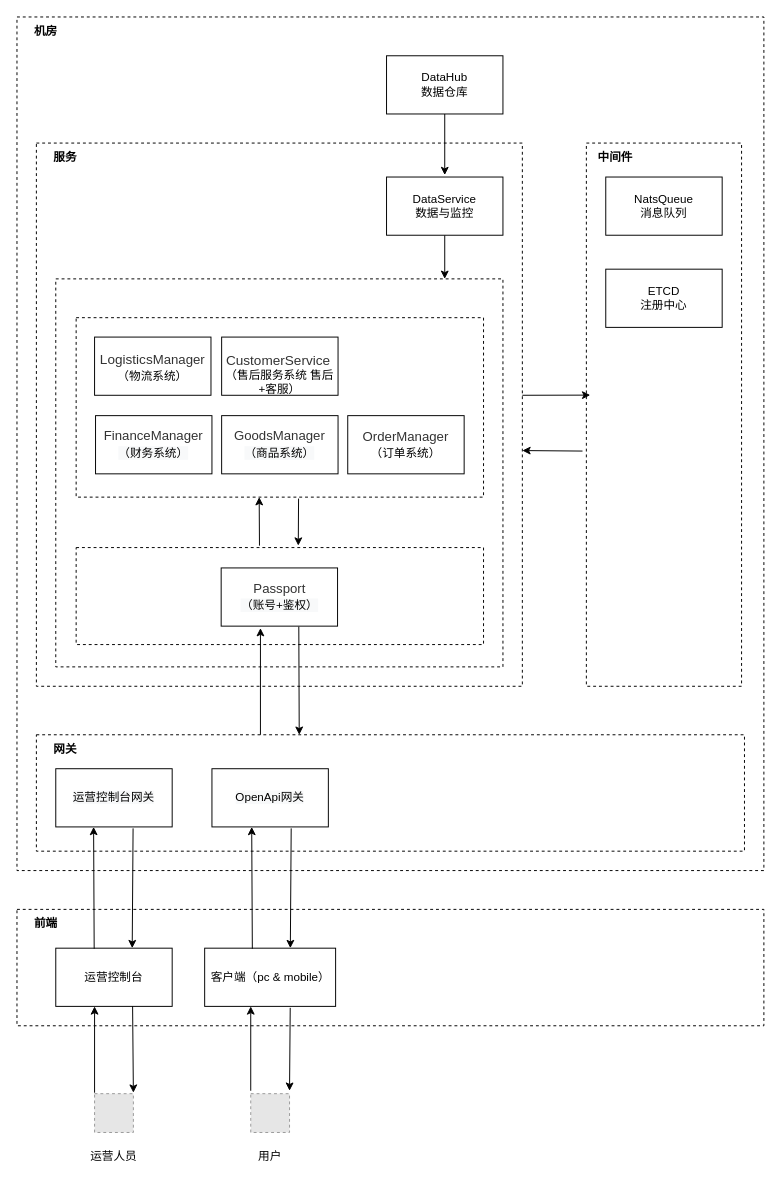
Earlier version of the draw.io diagram saas Diagram.drawio (gaoyong06/saas). Source tidied: cells renumbered, new cells numbered last; positions are measured from the earlier drawing's top-left corner, leaving out a move shared by most shapes. Both pictures are drawn from the tidied source at 97%, with x=0, y=0 at pixel (16, 16). Pictures stored in the file or linked from it are replaced by grey dashed boxes.
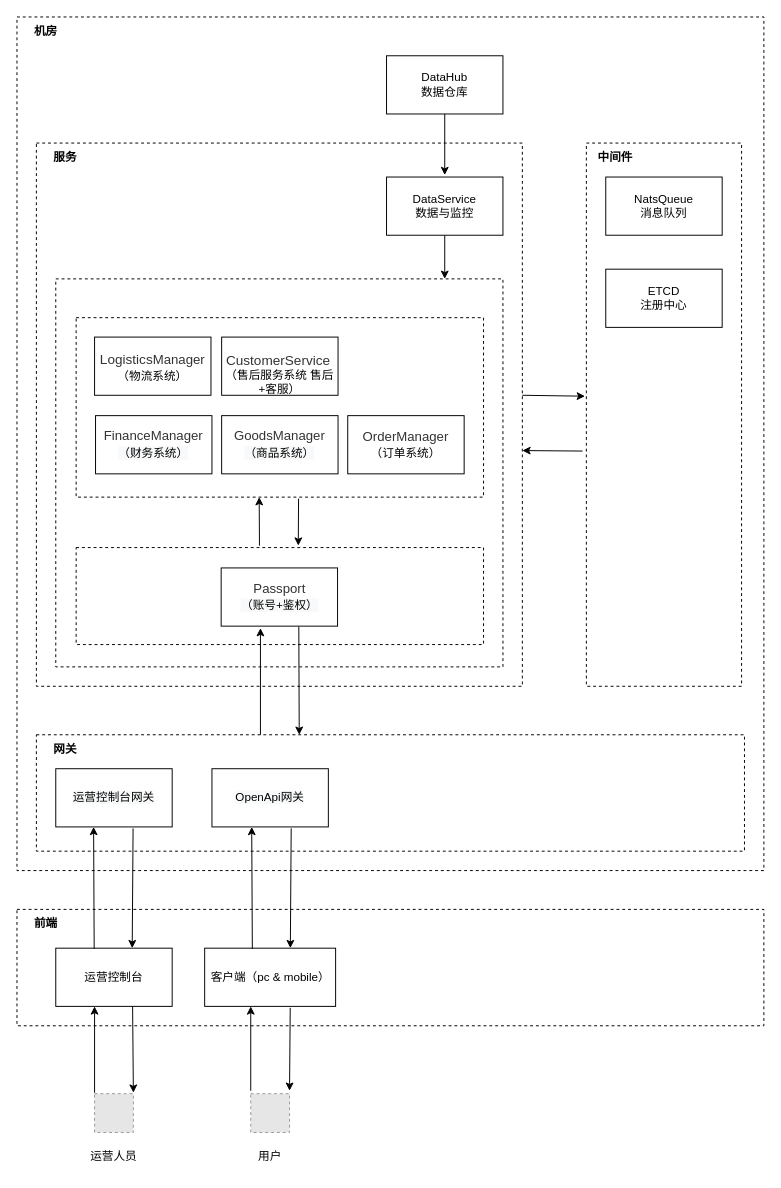
The same diagram, later.

Unchanged cells that the change refers to:
```xml
<mxCell id="12" style="rounded=0;whiteSpace=wrap;html=1;dashed=1;" parent="1" vertex="1">
  <mxGeometry x="587" y="130" width="160" height="560" as="geometry" />
</mxCell>
```

Change to the diagram source:
```diff
@@
-    <mxCell id="23" style="endArrow=classic;html=1;rounded=0;entryX=0.025;entryY=0.464;entryDx=0;entryDy=0;entryPerimeter=0;" parent="1" edge="1" target="12">
+    <mxCell id="23" style="endArrow=classic;html=1;rounded=0;entryX=-0.009;entryY=0.466;entryDx=0;entryDy=0;entryPerimeter=0;" parent="1" edge="1" target="12">
       <mxGeometry relative="1" as="geometry">
         <mxPoint x="521" y="390" as="sourcePoint" />
       </mxGeometry>
     </mxCell>
```
